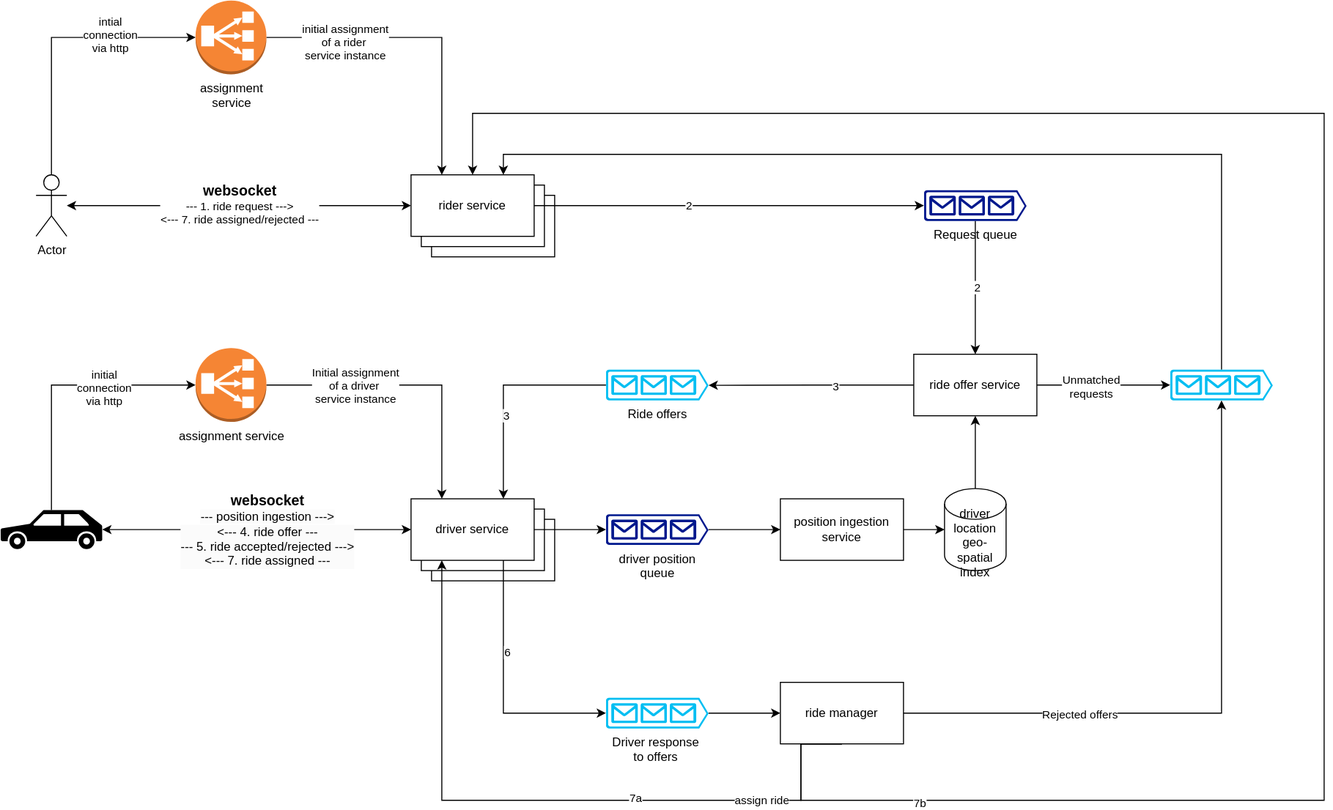
Above: ride-hailing/ride-hailing.svg in AbhijithMadhav/distributed-systems (draw.io), before the change. Source tidied: cells renumbered, new cells last; positions are measured from the earlier drawing's top-left corner, leaving out a move shared by most shapes.
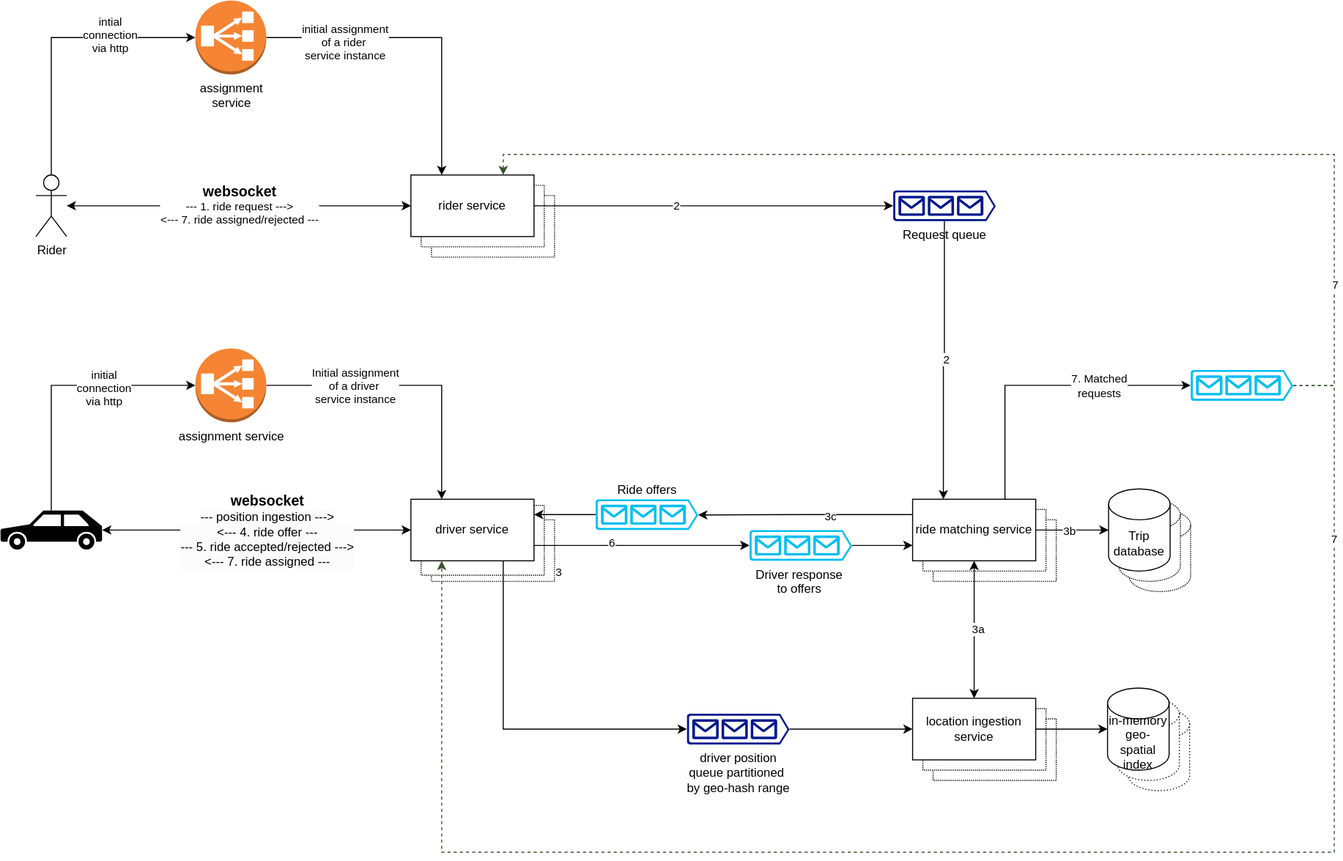
Later version of the same file.

Commit message:
Ride hailing

Diff of the diagram source:
```diff
@@ -2,16 +2,40 @@
   <root>
     <mxCell id="0" />
     <mxCell id="1" parent="0" />
+    <mxCell id="59" style="shape=cylinder3;whiteSpace=wrap;html=1;boundedLbl=1;backgroundOutline=1;size=15;dashed=1;dashPattern=1 1;" parent="1" vertex="1">
+      <mxGeometry x="1100" y="496" width="60" height="80" as="geometry" />
+    </mxCell>
+    <mxCell id="60" style="shape=cylinder3;whiteSpace=wrap;html=1;boundedLbl=1;backgroundOutline=1;size=15;dashed=1;dashPattern=1 1;" parent="1" vertex="1">
+      <mxGeometry x="1090" y="486" width="60" height="80" as="geometry" />
+    </mxCell>
+    <mxCell id="61" style="rounded=0;whiteSpace=wrap;html=1;dashed=1;dashPattern=1 1;" parent="1" vertex="1">
+      <mxGeometry x="909" y="506" width="120" height="60" as="geometry" />
+    </mxCell>
+    <mxCell id="62" style="rounded=0;whiteSpace=wrap;html=1;dashed=1;dashPattern=1 1;" parent="1" vertex="1">
+      <mxGeometry x="899" y="496" width="120" height="60" as="geometry" />
+    </mxCell>
+    <mxCell id="63" value="location service" style="rounded=0;whiteSpace=wrap;html=1;dashed=1;dashPattern=1 1;" parent="1" vertex="1">
+      <mxGeometry x="909" y="700" width="120" height="60" as="geometry" />
+    </mxCell>
+    <mxCell id="64" value="location service" style="rounded=0;whiteSpace=wrap;html=1;dashed=1;dashPattern=1 1;" parent="1" vertex="1">
+      <mxGeometry x="899" y="690" width="120" height="60" as="geometry" />
+    </mxCell>
+    <mxCell id="65" style="shape=cylinder3;whiteSpace=wrap;html=1;boundedLbl=1;backgroundOutline=1;size=15;dashed=1;dashPattern=1 2;" parent="1" vertex="1">
+      <mxGeometry x="1099" y="690" width="60" height="80" as="geometry" />
+    </mxCell>
+    <mxCell id="66" style="shape=cylinder3;whiteSpace=wrap;html=1;boundedLbl=1;backgroundOutline=1;size=15;dashed=1;dashPattern=1 2;" parent="1" vertex="1">
+      <mxGeometry x="1089" y="680" width="60" height="80" as="geometry" />
+    </mxCell>
-    <mxCell id="2" value="driver service" style="rounded=0;whiteSpace=wrap;html=1;" parent="1" vertex="1">
+    <mxCell id="2" value="driver service" style="rounded=0;whiteSpace=wrap;html=1;dashed=1;dashPattern=1 1;" parent="1" vertex="1">
       <mxGeometry x="420" y="506" width="120" height="60" as="geometry" />
     </mxCell>
-    <mxCell id="3" value="driver service" style="rounded=0;whiteSpace=wrap;html=1;" parent="1" vertex="1">
-      <mxGeometry x="410" y="496" width="120" height="60" as="geometry" />
+    <mxCell id="3" value="driver service" style="rounded=0;whiteSpace=wrap;html=1;dashed=1;dashPattern=1 1;" parent="1" vertex="1">
+      <mxGeometry x="410" y="492" width="120" height="68" as="geometry" />
     </mxCell>
-    <mxCell id="4" value="rider service" style="rounded=0;whiteSpace=wrap;html=1;" parent="1" vertex="1">
+    <mxCell id="4" value="rider service" style="rounded=0;whiteSpace=wrap;html=1;dashed=1;dashPattern=1 1;" parent="1" vertex="1">
       <mxGeometry x="420" y="190" width="120" height="60" as="geometry" />
     </mxCell>
-    <mxCell id="5" value="rider service" style="rounded=0;whiteSpace=wrap;html=1;" parent="1" vertex="1">
+    <mxCell id="5" value="rider service" style="rounded=0;whiteSpace=wrap;html=1;dashed=1;dashPattern=1 1;" parent="1" vertex="1">
       <mxGeometry x="410" y="180" width="120" height="60" as="geometry" />
     </mxCell>
     <mxCell id="6" value="rider service" style="rounded=0;whiteSpace=wrap;html=1;" parent="1" vertex="1">
@@ -23,17 +47,17 @@
     <mxCell id="8" value="&lt;div&gt;&lt;b&gt;&lt;font style=&quot;font-size: 14px;&quot;&gt;websocket&lt;/font&gt;&lt;/b&gt;&lt;/div&gt;--- 1. ride request ---&amp;gt;&lt;div&gt;&amp;lt;--- 7. ride assigned/rejected ---&lt;/div&gt;" style="edgeLabel;html=1;align=center;verticalAlign=middle;" parent="7" vertex="1">
       <mxGeometry y="2" relative="1" as="geometry" />
     </mxCell>
-    <mxCell id="9" value="Actor" style="shape=umlActor;verticalLabelPosition=bottom;verticalAlign=top;html=1;outlineConnect=0;" parent="1" vertex="1">
+    <mxCell id="9" value="Rider" style="shape=umlActor;verticalLabelPosition=bottom;verticalAlign=top;html=1;outlineConnect=0;" parent="1" vertex="1">
       <mxGeometry x="34.5" y="170" width="30" height="60" as="geometry" />
     </mxCell>
-    <mxCell id="10" style="edgeStyle=orthogonalEdgeStyle;rounded=0;jettySize=auto;html=1;entryX=0.5;entryY=0;entryDx=0;entryDy=0;" parent="1" edge="1" source="12" target="26">
+    <mxCell id="10" style="edgeStyle=orthogonalEdgeStyle;rounded=0;jettySize=auto;html=1;entryX=0.25;entryY=0;entryDx=0;entryDy=0;" parent="1" edge="1" source="12" target="26">
       <mxGeometry relative="1" as="geometry" />
     </mxCell>
     <mxCell id="11" value="2" style="edgeLabel;html=1;align=center;verticalAlign=middle;" parent="10" vertex="1">
       <mxGeometry x="-0.02" y="1" relative="1" as="geometry" />
     </mxCell>
     <mxCell id="12" value="Request queue" style="sketch=0;shadow=0;dashed=0;html=1;strokeColor=none;labelPosition=center;verticalLabelPosition=bottom;verticalAlign=top;align=center;fillColor=#00188D;shape=mxgraph.azure.queue_generic;" parent="1" vertex="1">
-      <mxGeometry x="900" y="185" width="100" height="30" as="geometry" />
+      <mxGeometry x="870" y="185" width="100" height="30" as="geometry" />
     </mxCell>
     <mxCell id="13" value="driver service" style="rounded=0;whiteSpace=wrap;html=1;" parent="1" vertex="1">
       <mxGeometry x="400" y="486" width="120" height="60" as="geometry" />
@@ -77,117 +101,102 @@
         <mxPoint x="109" y="2" as="offset" />
       </mxGeometry>
     </mxCell>
-    <mxCell id="24" style="edgeStyle=orthogonalEdgeStyle;rounded=0;jettySize=auto;html=1;exitX=0;exitY=0.5;exitDx=0;exitDy=0;entryX=1;entryY=0.51;entryDx=0;entryDy=0;entryPerimeter=0;" parent="1" edge="1" source="26" target="37">
+    <mxCell id="24" style="edgeStyle=orthogonalEdgeStyle;rounded=0;jettySize=auto;html=1;entryX=1;entryY=0.51;entryDx=0;entryDy=0;entryPerimeter=0;exitX=0;exitY=0.25;exitDx=0;exitDy=0;" parent="1" edge="1" source="26" target="37">
       <mxGeometry relative="1" as="geometry" />
     </mxCell>
-    <mxCell id="25" value="3" style="edgeLabel;html=1;align=center;verticalAlign=middle;" parent="24" vertex="1">
+    <mxCell id="25" value="3c" style="edgeLabel;html=1;align=center;verticalAlign=middle;" parent="24" vertex="1">
       <mxGeometry x="-0.23" y="1" relative="1" as="geometry" />
     </mxCell>
-    <mxCell id="26" value="ride offer service" style="rounded=0;whiteSpace=wrap;html=1;" parent="1" vertex="1">
-      <mxGeometry x="890" y="345" width="120" height="60" as="geometry" />
+    <mxCell id="26" value="ride matching service" style="rounded=0;whiteSpace=wrap;html=1;" parent="1" vertex="1">
+      <mxGeometry x="889" y="486" width="120" height="60" as="geometry" />
     </mxCell>
     <mxCell id="27" style="edgeStyle=orthogonalEdgeStyle;rounded=0;orthogonalLoop=1;jettySize=auto;html=1;exitX=0.5;exitY=1;exitDx=0;exitDy=0;" parent="1" edge="1">
       <mxGeometry relative="1" as="geometry">
-        <mxPoint x="535" y="620" as="sourcePoint" />
-        <mxPoint x="535" y="620" as="targetPoint" />
+        <mxPoint x="534" y="690" as="sourcePoint" />
+        <mxPoint x="534" y="690" as="targetPoint" />
       </mxGeometry>
     </mxCell>
-    <mxCell id="28" style="edgeStyle=orthogonalEdgeStyle;rounded=0;jettySize=auto;html=1;entryX=0.5;entryY=1;entryDx=0;entryDy=0;" parent="1" edge="1" source="29" target="26">
-      <mxGeometry relative="1" as="geometry" />
-    </mxCell>
-    <mxCell id="29" value="driver location geo-spatial index" style="shape=cylinder3;whiteSpace=wrap;html=1;boundedLbl=1;backgroundOutline=1;size=15;" parent="1" vertex="1">
-      <mxGeometry x="920" y="476" width="60" height="80" as="geometry" />
+    <mxCell id="29" value="in-memory&lt;div&gt;geo-spatial index&lt;/div&gt;" style="shape=cylinder3;whiteSpace=wrap;html=1;boundedLbl=1;backgroundOutline=1;size=15;" parent="1" vertex="1">
+      <mxGeometry x="1079" y="670" width="60" height="80" as="geometry" />
     </mxCell>
+    <mxCell id="67" style="edgeStyle=orthogonalEdgeStyle;rounded=0;jettySize=auto;html=1;entryX=0.5;entryY=1;entryDx=0;entryDy=0;startArrow=classic;startFill=1;" parent="1" edge="1" source="30" target="26">
+      <mxGeometry relative="1" as="geometry" />
+    </mxCell>
+    <mxCell id="68" value="3a" style="edgeLabel;html=1;align=center;verticalAlign=middle;" parent="67" vertex="1">
+      <mxGeometry x="0.01" y="-3" relative="1" as="geometry" />
+    </mxCell>
-    <mxCell id="30" value="position ingestion&lt;div&gt;service&lt;/div&gt;" style="rounded=0;whiteSpace=wrap;html=1;" parent="1" vertex="1">
-      <mxGeometry x="760" y="486" width="120" height="60" as="geometry" />
+    <mxCell id="30" value="location ingestion&lt;div&gt;service&lt;/div&gt;" style="rounded=0;whiteSpace=wrap;html=1;" parent="1" vertex="1">
+      <mxGeometry x="889" y="680" width="120" height="60" as="geometry" />
     </mxCell>
     <mxCell id="31" style="edgeStyle=orthogonalEdgeStyle;rounded=0;jettySize=auto;html=1;entryX=0;entryY=0.5;entryDx=0;entryDy=0;" parent="1" edge="1" source="32" target="30">
       <mxGeometry relative="1" as="geometry" />
     </mxCell>
-    <mxCell id="32" value="driver position&lt;div&gt;queue&lt;/div&gt;" style="sketch=0;shadow=0;dashed=0;html=1;strokeColor=none;labelPosition=center;verticalLabelPosition=bottom;verticalAlign=top;align=center;fillColor=#00188D;shape=mxgraph.azure.queue_generic;" parent="1" vertex="1">
-      <mxGeometry x="590" y="501" width="100" height="30" as="geometry" />
+    <mxCell id="32" value="driver position&lt;div&gt;queue partitioned&amp;nbsp;&lt;/div&gt;&lt;div&gt;by geo-hash range&lt;/div&gt;" style="sketch=0;shadow=0;dashed=0;html=1;strokeColor=none;labelPosition=center;verticalLabelPosition=bottom;verticalAlign=top;align=center;fillColor=#00188D;shape=mxgraph.azure.queue_generic;" parent="1" vertex="1">
+      <mxGeometry x="669" y="695" width="100" height="30" as="geometry" />
     </mxCell>
-    <mxCell id="33" style="edgeStyle=orthogonalEdgeStyle;rounded=0;jettySize=auto;html=1;entryX=0;entryY=0.5;entryDx=0;entryDy=0;entryPerimeter=0;" parent="1" edge="1" source="13" target="32">
+    <mxCell id="33" style="edgeStyle=orthogonalEdgeStyle;rounded=0;jettySize=auto;html=1;entryX=0;entryY=0.5;entryDx=0;entryDy=0;entryPerimeter=0;exitX=0.75;exitY=1;exitDx=0;exitDy=0;" parent="1" edge="1" source="13" target="32">
       <mxGeometry relative="1" as="geometry" />
     </mxCell>
     <mxCell id="34" style="edgeStyle=orthogonalEdgeStyle;rounded=0;jettySize=auto;html=1;entryX=0;entryY=0.5;entryDx=0;entryDy=0;entryPerimeter=0;" parent="1" edge="1" source="30" target="29">
       <mxGeometry relative="1" as="geometry" />
     </mxCell>
-    <mxCell id="35" style="edgeStyle=orthogonalEdgeStyle;rounded=0;jettySize=auto;html=1;entryX=0.75;entryY=0;entryDx=0;entryDy=0;" parent="1" edge="1" source="37" target="13">
+    <mxCell id="35" style="edgeStyle=orthogonalEdgeStyle;rounded=0;jettySize=auto;html=1;entryX=1;entryY=0.25;entryDx=0;entryDy=0;" parent="1" edge="1" source="37" target="13">
       <mxGeometry relative="1" as="geometry" />
     </mxCell>
     <mxCell id="36" value="3" style="edgeLabel;html=1;align=center;verticalAlign=middle;" parent="35" vertex="1">
-      <mxGeometry x="0.23" y="2" relative="1" as="geometry" />
+      <mxGeometry x="0.23" y="2" relative="1" as="geometry">
+        <mxPoint y="53" as="offset" />
+      </mxGeometry>
     </mxCell>
-    <mxCell id="37" value="Ride offers" style="verticalLabelPosition=bottom;html=1;verticalAlign=top;align=center;strokeColor=none;fillColor=#00BEF2;shape=mxgraph.azure.queue_generic;" parent="1" vertex="1">
-      <mxGeometry x="590" y="360" width="100" height="30" as="geometry" />
+    <mxCell id="37" value="Ride offers" style="verticalLabelPosition=top;html=1;verticalAlign=bottom;align=center;strokeColor=none;fillColor=#00BEF2;shape=mxgraph.azure.queue_generic;labelPosition=center;" parent="1" vertex="1">
+      <mxGeometry x="580" y="486" width="100" height="30" as="geometry" />
     </mxCell>
     <mxCell id="38" value="Driver response&amp;nbsp;&lt;div&gt;to offers&amp;nbsp;&lt;/div&gt;" style="verticalLabelPosition=bottom;html=1;verticalAlign=top;align=center;strokeColor=none;fillColor=#00BEF2;shape=mxgraph.azure.queue_generic;" parent="1" vertex="1">
-      <mxGeometry x="590" y="680" width="100" height="30" as="geometry" />
+      <mxGeometry x="730" y="516" width="100" height="30" as="geometry" />
     </mxCell>
-    <mxCell id="39" style="edgeStyle=orthogonalEdgeStyle;rounded=0;jettySize=auto;html=1;entryX=0.25;entryY=1;entryDx=0;entryDy=0;exitX=0.5;exitY=1;exitDx=0;exitDy=0;" parent="1" edge="1" source="44" target="13">
-      <mxGeometry relative="1" as="geometry">
-        <Array as="points">
-          <mxPoint x="780" y="780" />
-          <mxPoint x="430" y="780" />
-        </Array>
-      </mxGeometry>
-    </mxCell>
-    <mxCell id="40" value="7a" style="edgeLabel;html=1;align=center;verticalAlign=middle;" parent="39" vertex="1">
-      <mxGeometry x="-0.24" y="-3" relative="1" as="geometry" />
-    </mxCell>
-    <mxCell id="41" style="edgeStyle=orthogonalEdgeStyle;rounded=0;jettySize=auto;html=1;entryX=0.5;entryY=0;entryDx=0;entryDy=0;exitX=0.5;exitY=1;exitDx=0;exitDy=0;" parent="1" edge="1" source="44" target="6">
-      <mxGeometry relative="1" as="geometry">
-        <Array as="points">
-          <mxPoint x="780" y="780" />
-          <mxPoint x="1290" y="780" />
-          <mxPoint x="1290" y="110" />
-          <mxPoint x="460" y="110" />
-        </Array>
-      </mxGeometry>
-    </mxCell>
-    <mxCell id="42" value="assign ride" style="edgeLabel;html=1;align=center;verticalAlign=middle;" parent="41" vertex="1">
-      <mxGeometry x="-0.91" y="1" relative="1" as="geometry">
-        <mxPoint x="-39" as="offset" />
-      </mxGeometry>
-    </mxCell>
-    <mxCell id="43" value="7b" style="edgeLabel;html=1;align=center;verticalAlign=middle;" parent="41" vertex="1">
-      <mxGeometry x="-0.81" y="-2" relative="1" as="geometry" />
-    </mxCell>
-    <mxCell id="44" value="ride manager" style="rounded=0;whiteSpace=wrap;html=1;" parent="1" vertex="1">
-      <mxGeometry x="760" y="665" width="120" height="60" as="geometry" />
-    </mxCell>
-    <mxCell id="45" style="edgeStyle=orthogonalEdgeStyle;rounded=0;jettySize=auto;html=1;entryX=0;entryY=0.5;entryDx=0;entryDy=0;entryPerimeter=0;exitX=0.75;exitY=1;exitDx=0;exitDy=0;" parent="1" edge="1" source="13" target="38">
+    <mxCell id="45" style="edgeStyle=orthogonalEdgeStyle;rounded=0;jettySize=auto;html=1;entryX=0;entryY=0.5;entryDx=0;entryDy=0;entryPerimeter=0;exitX=1;exitY=0.75;exitDx=0;exitDy=0;" parent="1" edge="1" source="13" target="38">
       <mxGeometry relative="1" as="geometry" />
     </mxCell>
     <mxCell id="46" value="6" style="edgeLabel;html=1;align=center;verticalAlign=middle;" parent="45" vertex="1">
       <mxGeometry x="-0.28" y="3" relative="1" as="geometry" />
     </mxCell>
-    <mxCell id="47" style="edgeStyle=orthogonalEdgeStyle;rounded=0;jettySize=auto;html=1;entryX=0;entryY=0.5;entryDx=0;entryDy=0;" parent="1" edge="1" source="38" target="44">
+    <mxCell id="47" style="edgeStyle=orthogonalEdgeStyle;rounded=0;jettySize=auto;html=1;entryX=0;entryY=0.75;entryDx=0;entryDy=0;" parent="1" edge="1" source="38" target="26">
       <mxGeometry relative="1" as="geometry" />
     </mxCell>
-    <mxCell id="48" style="edgeStyle=orthogonalEdgeStyle;rounded=0;jettySize=auto;html=1;entryX=0.5;entryY=1;entryDx=0;entryDy=0;entryPerimeter=0;" parent="1" edge="1" source="44" target="51">
-      <mxGeometry relative="1" as="geometry" />
-    </mxCell>
-    <mxCell id="49" value="Rejected offers" style="edgeLabel;html=1;align=center;verticalAlign=middle;" parent="48" vertex="1">
-      <mxGeometry x="-0.44" y="-1" relative="1" as="geometry" />
-    </mxCell>
-    <mxCell id="50" style="edgeStyle=orthogonalEdgeStyle;rounded=0;jettySize=auto;html=1;entryX=0.75;entryY=0;entryDx=0;entryDy=0;exitX=0.5;exitY=0;exitDx=0;exitDy=0;exitPerimeter=0;" parent="1" edge="1" source="51" target="6">
+    <mxCell id="50" style="edgeStyle=orthogonalEdgeStyle;rounded=0;jettySize=auto;html=1;entryX=0.75;entryY=0;entryDx=0;entryDy=0;exitX=1;exitY=0.51;exitDx=0;exitDy=0;exitPerimeter=0;dashed=1;fillColor=#6d8764;strokeColor=#3A5431;" parent="1" edge="1" source="51" target="6">
       <mxGeometry relative="1" as="geometry">
         <Array as="points">
-          <mxPoint x="1190" y="150" />
+          <mxPoint x="1300" y="375" />
+          <mxPoint x="1300" y="150" />
           <mxPoint x="490" y="150" />
         </Array>
       </mxGeometry>
     </mxCell>
+    <mxCell id="69" value="7" style="edgeLabel;html=1;align=center;verticalAlign=middle;" parent="50" vertex="1">
+      <mxGeometry x="-0.75" relative="1" as="geometry" />
+    </mxCell>
+    <mxCell id="70" style="edgeStyle=orthogonalEdgeStyle;rounded=0;jettySize=auto;html=1;entryX=0.25;entryY=1;entryDx=0;entryDy=0;exitX=1;exitY=0.51;exitDx=0;exitDy=0;exitPerimeter=0;dashed=1;fillColor=#6d8764;strokeColor=#3A5431;" parent="1" edge="1" source="51" target="13">
+      <mxGeometry relative="1" as="geometry">
+        <Array as="points">
+          <mxPoint x="1300" y="375" />
+          <mxPoint x="1300" y="830" />
+          <mxPoint x="430" y="830" />
+        </Array>
+      </mxGeometry>
+    </mxCell>
+    <mxCell id="71" value="7" style="edgeLabel;html=1;align=center;verticalAlign=middle;" parent="70" vertex="1">
+      <mxGeometry x="-0.77" y="-1" relative="1" as="geometry" />
+    </mxCell>
-    <mxCell id="51" style="verticalLabelPosition=bottom;html=1;verticalAlign=top;align=center;strokeColor=none;fillColor=#00BEF2;shape=mxgraph.azure.queue_generic;" parent="1" vertex="1">
-      <mxGeometry x="1140" y="360" width="100" height="30" as="geometry" />
+    <mxCell id="51" style="verticalLabelPosition=bottom;html=1;verticalAlign=top;align=center;strokeColor=none;fillColor=#00BEF2;shape=mxgraph.azure.queue_generic;rotation=0;" parent="1" vertex="1">
+      <mxGeometry x="1160" y="360" width="100" height="30" as="geometry" />
     </mxCell>
-    <mxCell id="52" style="edgeStyle=orthogonalEdgeStyle;rounded=0;jettySize=auto;html=1;entryX=0;entryY=0.5;entryDx=0;entryDy=0;entryPerimeter=0;" parent="1" edge="1" source="26" target="51">
+    <mxCell id="52" style="edgeStyle=orthogonalEdgeStyle;rounded=0;jettySize=auto;html=1;entryX=0;entryY=0.5;entryDx=0;entryDy=0;entryPerimeter=0;exitX=0.75;exitY=0;exitDx=0;exitDy=0;" parent="1" edge="1" source="26" target="51">
       <mxGeometry relative="1" as="geometry" />
     </mxCell>
-    <mxCell id="53" value="Unmatched&lt;div&gt;requests&lt;/div&gt;" style="edgeLabel;html=1;align=center;verticalAlign=middle;" parent="52" vertex="1">
-      <mxGeometry x="-0.2" y="-1" relative="1" as="geometry" />
+    <mxCell id="53" value="7. Matched&lt;div&gt;requests&lt;/div&gt;" style="edgeLabel;html=1;align=center;verticalAlign=middle;" parent="52" vertex="1">
+      <mxGeometry x="-0.2" y="-1" relative="1" as="geometry">
+        <mxPoint x="85" y="-1" as="offset" />
+      </mxGeometry>
     </mxCell>
     <mxCell id="54" style="edgeStyle=orthogonalEdgeStyle;rounded=0;jettySize=auto;html=1;entryX=0.25;entryY=0;entryDx=0;entryDy=0;" parent="1" edge="1" source="56" target="6">
       <mxGeometry relative="1" as="geometry" />
@@ -208,5 +217,14 @@
         <mxPoint y="1" as="offset" />
       </mxGeometry>
     </mxCell>
+    <mxCell id="72" value="Trip database" style="shape=cylinder3;whiteSpace=wrap;html=1;boundedLbl=1;backgroundOutline=1;size=15;" parent="1" vertex="1">
+      <mxGeometry x="1080" y="476" width="60" height="80" as="geometry" />
+    </mxCell>
+    <mxCell id="73" style="edgeStyle=orthogonalEdgeStyle;rounded=0;jettySize=auto;html=1;entryX=0;entryY=0.5;entryDx=0;entryDy=0;entryPerimeter=0;exitX=1;exitY=0.5;exitDx=0;exitDy=0;" parent="1" edge="1" source="26" target="72">
+      <mxGeometry relative="1" as="geometry" />
+    </mxCell>
+    <mxCell id="74" value="3b" style="edgeLabel;html=1;align=center;verticalAlign=middle;" parent="73" vertex="1">
+      <mxGeometry x="-0.1" relative="1" as="geometry" />
+    </mxCell>
   </root>
 </mxGraphModel>
```
